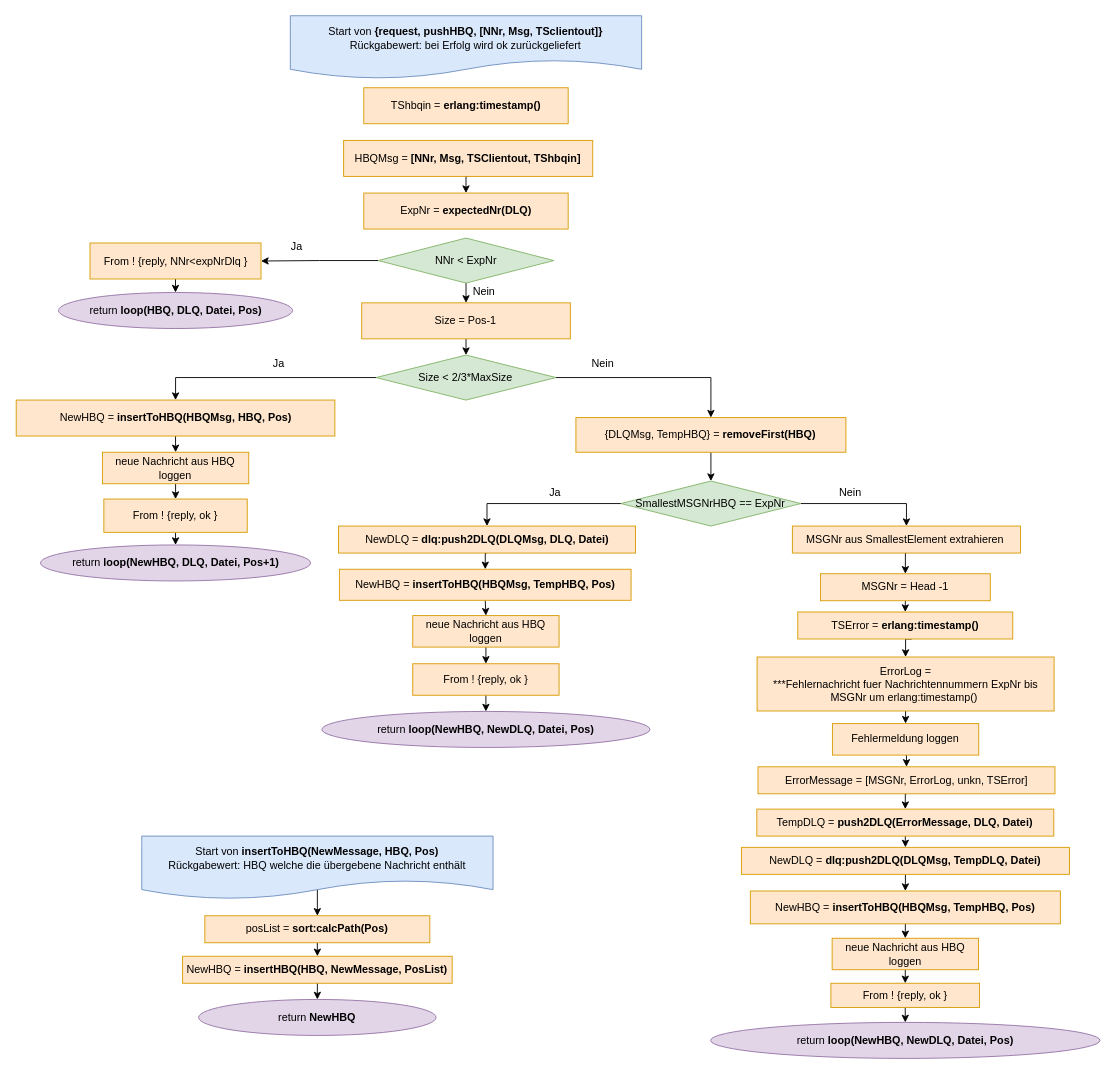
Earlier version of the draw.io diagram Grafiken:Bilder/draw.io/HBQ/2. pushHBQ.drawio (krisschaaf/Hausarbeit_Erlang_Queues). Source tidied: cells renumbered, new cells numbered last; positions are measured from the earlier drawing's top-left corner, leaving out a move shared by most shapes. Both pictures are drawn from the tidied source at 90%, with x=0, y=0 at pixel (15, 15).
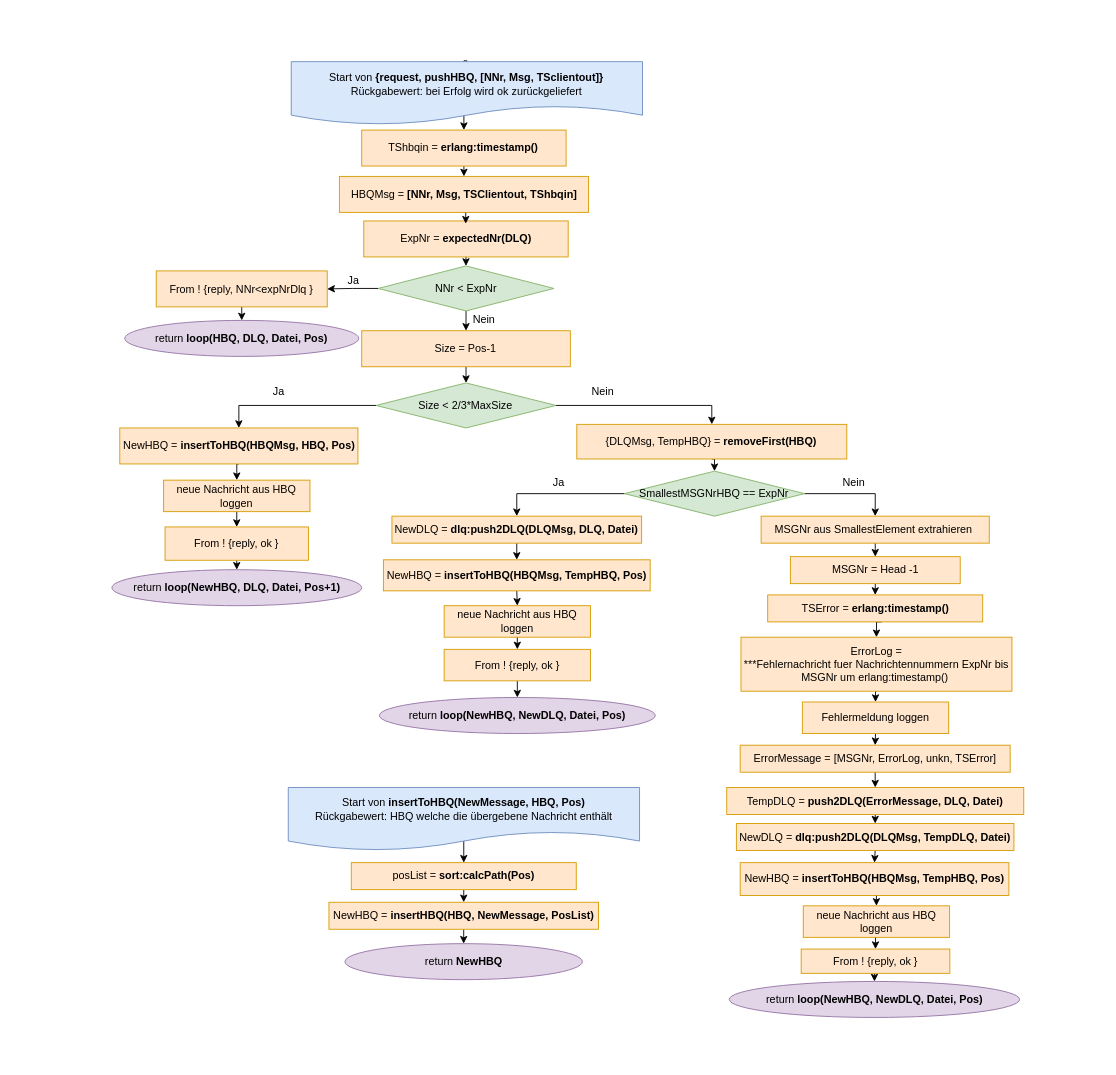
The same page after the edit.

What changed in the source:
```diff
@@
+    <mxCell id="75" style="edgeStyle=orthogonalEdgeStyle;rounded=0;jettySize=auto;html=1;exitX=0.5;exitY=0;exitDx=0;exitDy=0;entryX=0.5;entryY=0;entryDx=0;entryDy=0;" parent="1" edge="1" source="2" target="74">
+      <mxGeometry relative="1" as="geometry">
+        <Array as="points">
+          <mxPoint x="500" y="50" />
+          <mxPoint x="500" y="50" />
+        </Array>
+      </mxGeometry>
+    </mxCell>
     <mxCell id="2" value="Start von &lt;b&gt;{request,&amp;nbsp;pushHBQ, [NNr, Msg, TSclientout]}&lt;/b&gt;&lt;br&gt;Rückgabewert: bei Erfolg wird ok zurückgeliefert" style="shape=document;whiteSpace=wrap;html=1;boundedLbl=1;fillColor=#dae8fc;strokeColor=#6c8ebf;" parent="1" vertex="1">
-      <mxGeometry x="305.1" width="390.3" height="70" as="geometry" />
+      <mxGeometry x="306.1" y="51" width="390.3" height="70" as="geometry" />
     </mxCell>
     <mxCell id="3" value="return &lt;b&gt;loop(NewHBQ, DLQ, Datei, Pos+1)&lt;/b&gt;" style="ellipse;whiteSpace=wrap;html=1;rounded=0;fillColor=#e1d5e7;strokeColor=#9673a6;" parent="1" vertex="1">
-      <mxGeometry x="27.5" y="588" width="300.1" height="40" as="geometry" />
+      <mxGeometry x="106.8" y="615.5" width="277.6" height="40" as="geometry" />
     </mxCell>
@@
     <mxCell id="5" value="NewHBQ = &lt;b&gt;insertToHBQ(HBQMsg, HBQ, Pos)&lt;/b&gt;" style="rounded=0;whiteSpace=wrap;html=1;fillColor=#ffe6cc;strokeColor=#d79b00;" parent="1" vertex="1">
-      <mxGeometry x="0.5" y="427" width="354.1" height="40" as="geometry" />
+      <mxGeometry x="115.6" y="458" width="264.6" height="40" as="geometry" />
     </mxCell>
     <mxCell id="6" style="edgeStyle=orthogonalEdgeStyle;rounded=0;jettySize=auto;html=1;exitX=0.5;exitY=0;exitDx=0;exitDy=0;entryX=0.5;entryY=0;entryDx=0;entryDy=0;" parent="1" edge="1" source="7" target="38">
       <mxGeometry relative="1" as="geometry">
         <Array as="points">
-          <mxPoint x="335" y="929" />
-          <mxPoint x="335" y="929" />
+          <mxPoint x="498.2" y="941" />
         </Array>
       </mxGeometry>
     </mxCell>
     <mxCell id="7" value="Start von &lt;b&gt;insertToHBQ(NewMessage, HBQ, Pos)&lt;/b&gt;&lt;br&gt;Rückgabewert: HBQ welche die übergebene Nachricht enthält" style="shape=document;whiteSpace=wrap;html=1;boundedLbl=1;fillColor=#dae8fc;strokeColor=#6c8ebf;" parent="1" vertex="1">
-      <mxGeometry x="140" y="911.5" width="390.3" height="70" as="geometry" />
+      <mxGeometry x="302.8" y="857.5" width="390.3" height="70" as="geometry" />
     </mxCell>
@@
     <mxCell id="9" value="Size = Pos-1" style="rounded=0;whiteSpace=wrap;html=1;fillColor=#ffe6cc;strokeColor=#d79b00;" parent="1" vertex="1">
-      <mxGeometry x="384.4" y="319" width="231.8" height="40" as="geometry" />
+      <mxGeometry x="384.4" y="350" width="231.8" height="40" as="geometry" />
     </mxCell>
@@
     <mxCell id="12" value="&lt;span style=&quot;font-weight: normal&quot;&gt;Size &amp;lt; 2/3*MaxSize&lt;/span&gt;" style="rhombus;whiteSpace=wrap;html=1;rounded=0;fillColor=#d5e8d4;strokeColor=#82b366;fontStyle=1;" parent="1" vertex="1">
-      <mxGeometry x="400.3" y="377" width="200" height="50" as="geometry" />
+      <mxGeometry x="400.3" y="408" width="200" height="50" as="geometry" />
     </mxCell>
     <mxCell id="13" style="edgeStyle=orthogonalEdgeStyle;rounded=0;jettySize=auto;html=1;exitX=0;exitY=0.5;exitDx=0;exitDy=0;entryX=0.5;entryY=0;entryDx=0;entryDy=0;" parent="1" edge="1" source="15" target="17">
       <mxGeometry relative="1" as="geometry">
         <Array as="points">
-          <mxPoint x="524" y="542" />
+          <mxPoint x="557" y="531" />
+          <mxPoint x="557" y="556" />
         </Array>
       </mxGeometry>
     </mxCell>
@@
     <mxCell id="15" value="&lt;span style=&quot;font-weight: normal&quot;&gt;SmallestMSGNrHBQ == ExpNr&lt;/span&gt;" style="rhombus;whiteSpace=wrap;html=1;rounded=0;fillColor=#d5e8d4;strokeColor=#82b366;fontStyle=1;" parent="1" vertex="1">
-      <mxGeometry x="672.4" y="517" width="200" height="50" as="geometry" />
+      <mxGeometry x="676.4" y="506" width="200" height="50" as="geometry" />
     </mxCell>
@@
     <mxCell id="17" value="NewDLQ = &lt;b&gt;dlq:push2DLQ(DLQMsg, DLQ, Datei)&lt;/b&gt;" style="rounded=0;whiteSpace=wrap;html=1;fillColor=#ffe6cc;strokeColor=#d79b00;" parent="1" vertex="1">
-      <mxGeometry x="358.6" y="567" width="330" height="30" as="geometry" />
+      <mxGeometry x="418" y="556" width="277.4" height="30" as="geometry" />
     </mxCell>
     <mxCell id="18" value="return &lt;b&gt;loop(NewHBQ, NewDLQ, Datei, Pos)&lt;/b&gt;" style="ellipse;whiteSpace=wrap;html=1;rounded=0;fillColor=#e1d5e7;strokeColor=#9673a6;" parent="1" vertex="1">
-      <mxGeometry x="340.1" y="773" width="364.6" height="40" as="geometry" />
+      <mxGeometry x="404" y="757.5" width="306.6" height="40" as="geometry" />
     </mxCell>
@@
     <mxCell id="20" value="{DLQMsg, TempHBQ} = &lt;b&gt;removeFirst(HBQ)&lt;/b&gt;" style="rounded=0;whiteSpace=wrap;html=1;fillColor=#ffe6cc;strokeColor=#d79b00;" parent="1" vertex="1">
-      <mxGeometry x="622.4" y="446.5" width="300" height="38.5" as="geometry" />
+      <mxGeometry x="623.4" y="454" width="300" height="38.5" as="geometry" />
     </mxCell>
     <mxCell id="21" style="edgeStyle=orthogonalEdgeStyle;rounded=0;jettySize=auto;html=1;exitX=0.5;exitY=1;exitDx=0;exitDy=0;entryX=0.5;entryY=0;entryDx=0;entryDy=0;startArrow=none;" parent="1" edge="1" target="25">
       <mxGeometry relative="1" as="geometry">
-        <mxPoint x="995.6" y="692.5" as="sourcePoint" />
+        <mxPoint x="962.2" y="673.5" as="sourcePoint" />
       </mxGeometry>
     </mxCell>
@@
     <mxCell id="23" value="MSGNr = Head -1" style="rounded=0;whiteSpace=wrap;html=1;fillColor=#ffe6cc;strokeColor=#d79b00;" parent="1" vertex="1">
-      <mxGeometry x="894.1" y="620" width="188.7" height="30" as="geometry" />
+      <mxGeometry x="860.7" y="601" width="188.7" height="30" as="geometry" />
     </mxCell>
@@
     <mxCell id="25" value="ErrorLog =&lt;br&gt;***Fehlernachricht fuer Nachrichtennummern ExpNr bis MSGNr um erlang:timestamp()&amp;nbsp;" style="rounded=0;whiteSpace=wrap;html=1;fillColor=#ffe6cc;strokeColor=#d79b00;" parent="1" vertex="1">
-      <mxGeometry x="823.7" y="712.5" width="330" height="60" as="geometry" />
+      <mxGeometry x="805.8" y="690.5" width="301.1" height="60" as="geometry" />
     </mxCell>
@@
     <mxCell id="27" value="ErrorMessage = [MSGNr, ErrorLog, unkn, TSError]" style="rounded=0;whiteSpace=wrap;html=1;fillColor=#ffe6cc;strokeColor=#d79b00;" parent="1" vertex="1">
-      <mxGeometry x="824.7" y="834.5" width="330" height="30" as="geometry" />
+      <mxGeometry x="804.9" y="810.5" width="300" height="30" as="geometry" />
     </mxCell>
@@
     <mxCell id="29" value="NewDLQ = &lt;b&gt;dlq:push2DLQ(DLQMsg, TempDLQ, Datei)&lt;/b&gt;" style="rounded=0;whiteSpace=wrap;html=1;fillColor=#ffe6cc;strokeColor=#d79b00;" parent="1" vertex="1">
-      <mxGeometry x="806.3" y="924" width="364.5" height="30" as="geometry" />
+      <mxGeometry x="800.7" y="897.5" width="308.4" height="30" as="geometry" />
     </mxCell>
     <mxCell id="30" value="return &lt;b&gt;loop(NewHBQ, NewDLQ, Datei, Pos)&lt;/b&gt;" style="ellipse;whiteSpace=wrap;html=1;rounded=0;fillColor=#e1d5e7;strokeColor=#9673a6;" parent="1" vertex="1">
-      <mxGeometry x="772.1" y="1118.5" width="432.6" height="40" as="geometry" />
+      <mxGeometry x="792.8" y="1073" width="322.6" height="40" as="geometry" />
     </mxCell>
+    <mxCell id="76" style="edgeStyle=orthogonalEdgeStyle;rounded=0;jettySize=auto;html=1;exitX=0.5;exitY=1;exitDx=0;exitDy=0;entryX=0.5;entryY=0;entryDx=0;entryDy=0;" parent="1" edge="1" source="31" target="34">
+      <mxGeometry relative="1" as="geometry" />
+    </mxCell>
     <mxCell id="31" value="ExpNr = &lt;b&gt;expectedNr(DLQ)&lt;/b&gt;" style="rounded=0;whiteSpace=wrap;html=1;fillColor=#ffe6cc;strokeColor=#d79b00;" parent="1" vertex="1">
-      <mxGeometry x="386.7" y="197" width="227.1" height="40" as="geometry" />
+      <mxGeometry x="386.7" y="228" width="227.1" height="40" as="geometry" />
     </mxCell>
@@
     <mxCell id="34" value="&lt;span style=&quot;font-weight: 400&quot;&gt;NNr &amp;lt; ExpNr&lt;/span&gt;" style="rhombus;whiteSpace=wrap;html=1;rounded=0;fillColor=#d5e8d4;strokeColor=#82b366;fontStyle=1;" parent="1" vertex="1">
-      <mxGeometry x="402.7" y="247" width="195.2" height="50" as="geometry" />
+      <mxGeometry x="402.7" y="278" width="195.2" height="50" as="geometry" />
     </mxCell>
     <mxCell id="35" value="return &lt;b&gt;loop(HBQ, DLQ, Datei, Pos)&lt;/b&gt;" style="ellipse;whiteSpace=wrap;html=1;rounded=0;fillColor=#e1d5e7;strokeColor=#9673a6;" parent="1" vertex="1">
-      <mxGeometry x="47.5" y="307.5" width="260" height="40" as="geometry" />
+      <mxGeometry x="121.1" y="338.5" width="260" height="40" as="geometry" />
     </mxCell>
     <mxCell id="36" value="Ja" style="text;html=1;align=center;verticalAlign=middle;strokeColor=none;fillColor=none;" parent="1" vertex="1">
-      <mxGeometry x="296.7" y="247" width="30" height="20" as="geometry" />
+      <mxGeometry x="359.6" y="283.5" width="30" height="20" as="geometry" />
     </mxCell>
@@
     <mxCell id="38" value="posList = &lt;b&gt;sort:calcPath(Pos)&lt;/b&gt;" style="rounded=0;whiteSpace=wrap;html=1;fillColor=#ffe6cc;strokeColor=#d79b00;" parent="1" vertex="1">
-      <mxGeometry x="210.1" y="1000" width="250" height="30" as="geometry" />
+      <mxGeometry x="372.8" y="941" width="250" height="30" as="geometry" />
     </mxCell>
@@
     <mxCell id="40" value="NewHBQ = &lt;b&gt;insertHBQ(HBQ, NewMessage, PosList)&lt;/b&gt;" style="rounded=0;whiteSpace=wrap;html=1;fillColor=#ffe6cc;strokeColor=#d79b00;" parent="1" vertex="1">
-      <mxGeometry x="185.4" y="1045" width="299.5" height="30" as="geometry" />
+      <mxGeometry x="348" y="985" width="299.5" height="30" as="geometry" />
     </mxCell>
@@
     <mxCell id="42" value="TempDLQ = &lt;b&gt;push2DLQ(ErrorMessage, DLQ, Datei)&lt;/b&gt;" style="rounded=0;whiteSpace=wrap;html=1;fillColor=#ffe6cc;strokeColor=#d79b00;" parent="1" vertex="1">
-      <mxGeometry x="823.4" y="881.5" width="330" height="30" as="geometry" />
+      <mxGeometry x="790" y="857.5" width="330" height="30" as="geometry" />
     </mxCell>
@@
     <mxCell id="44" value="NewHBQ = &lt;b&gt;insertToHBQ(HBQMsg, TempHBQ, Pos)&lt;/b&gt;" style="rounded=0;whiteSpace=wrap;html=1;fillColor=#ffe6cc;strokeColor=#d79b00;" parent="1" vertex="1">
-      <mxGeometry x="359.6" y="615" width="324.1" height="34.5" as="geometry" />
+      <mxGeometry x="408.5" y="604.5" width="296.4" height="34.5" as="geometry" />
     </mxCell>
@@
     <mxCell id="46" value="NewHBQ = &lt;b&gt;insertToHBQ(HBQMsg, TempHBQ, Pos)&lt;/b&gt;" style="rounded=0;whiteSpace=wrap;html=1;fillColor=#ffe6cc;strokeColor=#d79b00;" parent="1" vertex="1">
-      <mxGeometry x="816.2" y="972.5" width="344.5" height="36.5" as="geometry" />
+      <mxGeometry x="804.9" y="941" width="298.6" height="36.5" as="geometry" />
     </mxCell>
     <mxCell id="47" value="return &lt;b&gt;NewHBQ&lt;/b&gt;" style="ellipse;whiteSpace=wrap;html=1;rounded=0;fillColor=#e1d5e7;strokeColor=#9673a6;" parent="1" vertex="1">
-      <mxGeometry x="203.2" y="1093" width="263.8" height="40" as="geometry" />
+      <mxGeometry x="365.8" y="1031" width="263.8" height="40" as="geometry" />
     </mxCell>
@@
     <mxCell id="49" value="MSGNr aus SmallestElement extrahieren&amp;nbsp;" style="rounded=0;whiteSpace=wrap;html=1;fillColor=#ffe6cc;strokeColor=#d79b00;" parent="1" vertex="1">
-      <mxGeometry x="862.9" y="567" width="253.5" height="30" as="geometry" />
+      <mxGeometry x="828.2" y="556" width="253.5" height="30" as="geometry" />
     </mxCell>
@@
     <mxCell id="51" value="From ! {reply, NNr&amp;lt;expNrDlq }" style="rounded=0;whiteSpace=wrap;html=1;fillColor=#ffe6cc;strokeColor=#d79b00;" parent="1" vertex="1">
-      <mxGeometry x="82.5" y="252.5" width="190" height="40" as="geometry" />
+      <mxGeometry x="156.1" y="283.5" width="190" height="40" as="geometry" />
     </mxCell>
@@
     <mxCell id="53" value="From ! {reply, ok }" style="rounded=0;whiteSpace=wrap;html=1;fillColor=#ffe6cc;strokeColor=#d79b00;" parent="1" vertex="1">
-      <mxGeometry x="97.9" y="537" width="159.3" height="37" as="geometry" />
+      <mxGeometry x="165.9" y="568" width="159.3" height="37" as="geometry" />
     </mxCell>
@@
     <mxCell id="55" value="From ! {reply, ok }" style="rounded=0;whiteSpace=wrap;html=1;fillColor=#ffe6cc;strokeColor=#d79b00;" parent="1" vertex="1">
-      <mxGeometry x="905.7" y="1075" width="165.2" height="27" as="geometry" />
+      <mxGeometry x="872.7" y="1037" width="165.2" height="27" as="geometry" />
     </mxCell>
@@
     <mxCell id="57" value="From ! {reply, ok }" style="rounded=0;whiteSpace=wrap;html=1;fillColor=#ffe6cc;strokeColor=#d79b00;" parent="1" vertex="1">
-      <mxGeometry x="441.1" y="720" width="162.6" height="35" as="geometry" />
+      <mxGeometry x="476" y="704" width="162.6" height="35" as="geometry" />
     </mxCell>
     <mxCell id="58" value="Ja" style="text;html=1;align=center;verticalAlign=middle;strokeColor=none;fillColor=none;" parent="1" vertex="1">
-      <mxGeometry x="276.7" y="377" width="30" height="20" as="geometry" />
+      <mxGeometry x="276.7" y="408" width="30" height="20" as="geometry" />
     </mxCell>
     <mxCell id="59" value="Nein" style="text;html=1;align=center;verticalAlign=middle;strokeColor=none;fillColor=none;" parent="1" vertex="1">
-      <mxGeometry x="632.4" y="377" width="40" height="20" as="geometry" />
+      <mxGeometry x="632.4" y="408" width="40" height="20" as="geometry" />
     </mxCell>
     <mxCell id="60" value="Nein" style="text;html=1;align=center;verticalAlign=middle;strokeColor=none;fillColor=none;" parent="1" vertex="1">
-      <mxGeometry x="500" y="297" width="40" height="20" as="geometry" />
+      <mxGeometry x="500" y="328" width="40" height="20" as="geometry" />
     </mxCell>
     <mxCell id="61" value="Ja" style="text;html=1;align=center;verticalAlign=middle;strokeColor=none;fillColor=none;" parent="1" vertex="1">
-      <mxGeometry x="583.8" y="520" width="30" height="20" as="geometry" />
+      <mxGeometry x="587.8" y="509" width="30" height="20" as="geometry" />
     </mxCell>
     <mxCell id="62" value="Nein" style="text;html=1;align=center;verticalAlign=middle;strokeColor=none;fillColor=none;" parent="1" vertex="1">
-      <mxGeometry x="907.1" y="520" width="40" height="20" as="geometry" />
+      <mxGeometry x="911.1" y="509" width="40" height="20" as="geometry" />
     </mxCell>
-    <mxCell id="63" style="edgeStyle=orthogonalEdgeStyle;rounded=0;jettySize=auto;html=1;exitX=0.5;exitY=1;exitDx=0;exitDy=0;entryX=0.5;entryY=0;entryDx=0;entryDy=0;" parent="1" edge="1" source="64" target="57">
-      <mxGeometry relative="1" as="geometry" />
+    <mxCell id="63" style="edgeStyle=orthogonalEdgeStyle;rounded=0;jettySize=auto;html=1;exitX=0.5;exitY=1;exitDx=0;exitDy=0;entryX=0.5;entryY=0;entryDx=0;entryDy=0;" parent="1" edge="1" target="57">
+      <mxGeometry relative="1" as="geometry">
+        <mxPoint x="557.3" y="685.5" as="sourcePoint" />
+      </mxGeometry>
     </mxCell>
     <mxCell id="64" value="neue Nachricht aus HBQ loggen" style="rounded=0;whiteSpace=wrap;html=1;fillColor=#ffe6cc;strokeColor=#d79b00;" parent="1" vertex="1">
-      <mxGeometry x="441.1" y="666.5" width="162.6" height="35" as="geometry" />
+      <mxGeometry x="476" y="655.5" width="162.6" height="35" as="geometry" />
     </mxCell>
@@
     <mxCell id="66" value="neue Nachricht aus HBQ loggen" style="rounded=0;whiteSpace=wrap;html=1;fillColor=#ffe6cc;strokeColor=#d79b00;" parent="1" vertex="1">
-      <mxGeometry x="96.3" y="485" width="162.6" height="35" as="geometry" />
+      <mxGeometry x="164.3" y="516" width="162.6" height="35" as="geometry" />
     </mxCell>
@@
     <mxCell id="68" value="neue Nachricht aus HBQ loggen" style="rounded=0;whiteSpace=wrap;html=1;fillColor=#ffe6cc;strokeColor=#d79b00;" parent="1" vertex="1">
-      <mxGeometry x="907.1" y="1025" width="162.6" height="35" as="geometry" />
+      <mxGeometry x="875" y="989" width="162.6" height="35" as="geometry" />
     </mxCell>
@@
     <mxCell id="70" value="Fehlermeldung loggen" style="rounded=0;whiteSpace=wrap;html=1;fillColor=#ffe6cc;strokeColor=#d79b00;" parent="1" vertex="1">
-      <mxGeometry x="907.4" y="786.5" width="162.6" height="35" as="geometry" />
+      <mxGeometry x="874" y="762.5" width="162.6" height="35" as="geometry" />
     </mxCell>
     <mxCell id="71" value="TSError = &lt;b&gt;erlang:timestamp()&lt;/b&gt;" style="rounded=0;whiteSpace=wrap;html=1;fillColor=#ffe6cc;strokeColor=#d79b00;" parent="1" vertex="1">
-      <mxGeometry x="868.9" y="662.5" width="238.9" height="30" as="geometry" />
+      <mxGeometry x="835.5" y="643.5" width="238.9" height="30" as="geometry" />
     </mxCell>
-    <mxCell id="72" style="edgeStyle=orthogonalEdgeStyle;rounded=0;jettySize=auto;html=1;exitX=0.5;exitY=1;exitDx=0;exitDy=0;entryX=0.5;entryY=0;entryDx=0;entryDy=0;" parent="1" edge="1" source="73" target="31">
-      <mxGeometry relative="1" as="geometry" />
+    <mxCell id="72" style="edgeStyle=orthogonalEdgeStyle;rounded=0;jettySize=auto;html=1;exitX=0.5;exitY=1;exitDx=0;exitDy=0;" parent="1" edge="1" source="73">
+      <mxGeometry relative="1" as="geometry">
+        <mxPoint x="500" y="231" as="targetPoint" />
+      </mxGeometry>
     </mxCell>
     <mxCell id="73" value="HBQMsg = &lt;b&gt;[NNr, Msg, TSClientout, TShbqin]&lt;/b&gt;" style="rounded=0;whiteSpace=wrap;html=1;fillColor=#ffe6cc;strokeColor=#d79b00;" parent="1" vertex="1">
-      <mxGeometry x="364.3" y="138.5" width="276.8" height="40" as="geometry" />
+      <mxGeometry x="359.6" y="178.5" width="276.8" height="40" as="geometry" />
     </mxCell>
+    <mxCell id="77" style="edgeStyle=orthogonalEdgeStyle;rounded=0;jettySize=auto;html=1;exitX=0.5;exitY=1;exitDx=0;exitDy=0;entryX=0.5;entryY=0;entryDx=0;entryDy=0;" parent="1" edge="1" source="74" target="73">
+      <mxGeometry relative="1" as="geometry" />
+    </mxCell>
     <mxCell id="74" value="TShbqin = &lt;b&gt;erlang:timestamp()&lt;/b&gt;" style="rounded=0;whiteSpace=wrap;html=1;fillColor=#ffe6cc;strokeColor=#d79b00;" parent="1" vertex="1">
-      <mxGeometry x="386.7" y="80" width="227.1" height="40" as="geometry" />
+      <mxGeometry x="384.4" y="127" width="227.1" height="40" as="geometry" />
     </mxCell>
```
